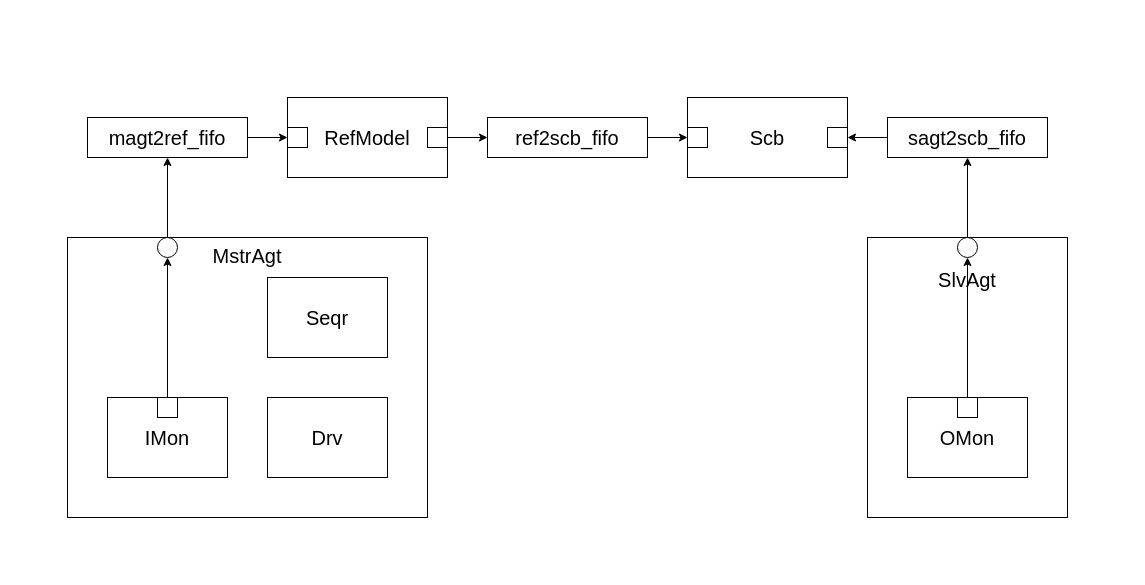
Earlier version of the draw.io diagram lab_08_analysis_component/doc/uvm_struct.drawio (DuBirdFly/uvm_lab). Source tidied: cells renumbered, new cells numbered last; positions are measured from the earlier drawing's top-left corner, leaving out a move shared by most shapes. Both pictures are drawn from the tidied source at 100%, with x=0, y=0 at pixel (67, 97).
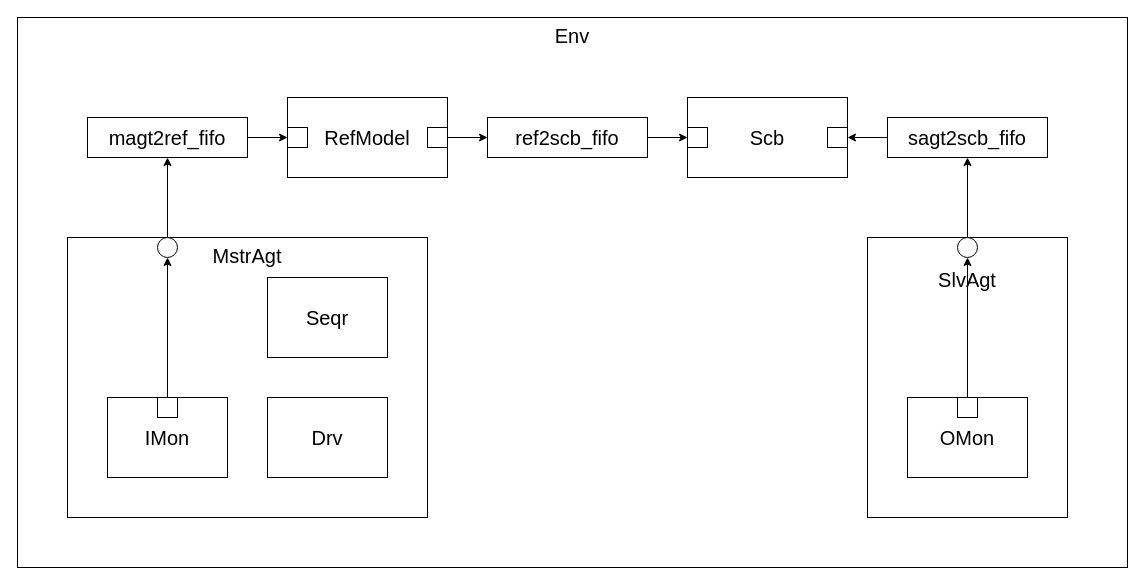
The same page after the edit.

The edit, as a diff of the source:
```diff
@@
+    <mxCell id="29" value="Env" style="rounded=0;whiteSpace=wrap;html=1;hachureGap=4;fontFamily=Helvetica;fontSize=20;verticalAlign=top;" parent="1" vertex="1">
+      <mxGeometry x="-50" y="-80" width="1110" height="550" as="geometry" />
+    </mxCell>
```
